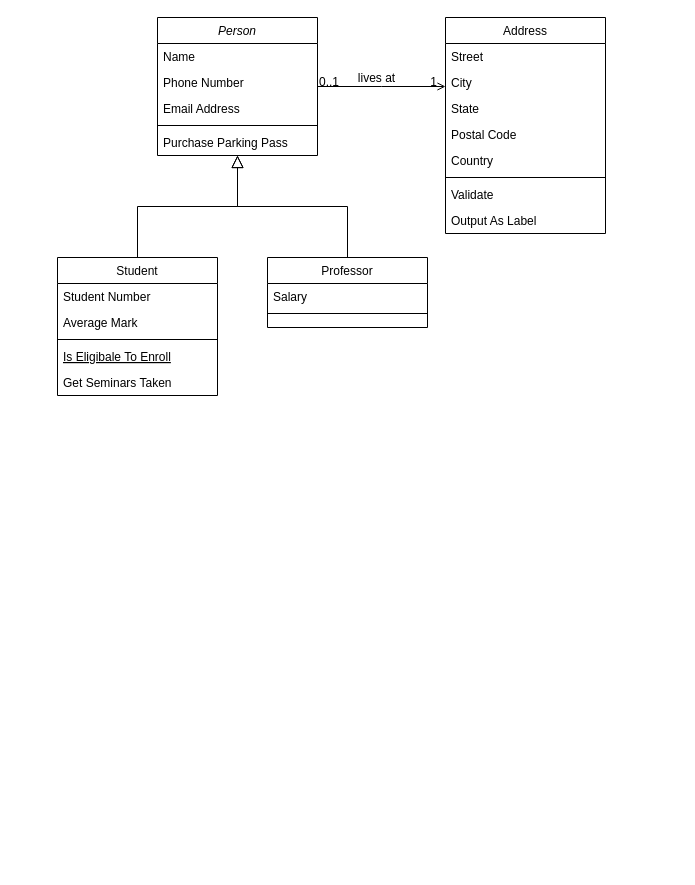
leoneed03/JB keeps this draw.io diagram as Untitled Diagram.drawio. Above is the earlier version. Source tidied: cells renumbered, new cells numbered last; positions are measured from the earlier drawing's top-left corner, leaving out a move shared by most shapes. Both pictures are drawn from the tidied source at 100%, with x=0, y=0 at pixel (57, 17).
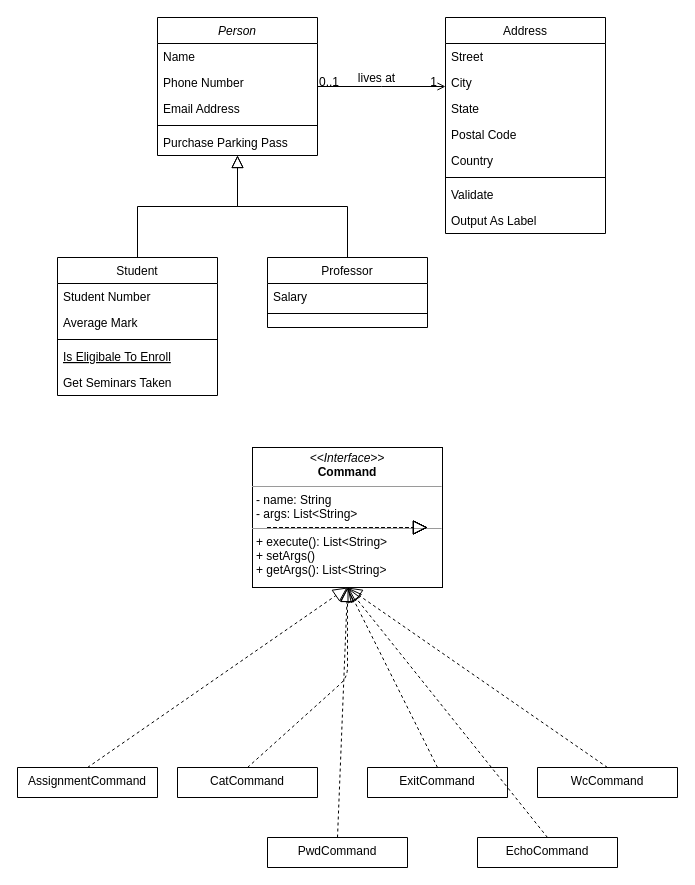
The same diagram, later.

What changed in the source:
```diff
@@
+    <mxCell id="32" value="&lt;p style=&quot;margin: 0px ; margin-top: 4px ; text-align: center&quot;&gt;&lt;i&gt;&amp;lt;&amp;lt;Interface&amp;gt;&amp;gt;&lt;/i&gt;&lt;br&gt;&lt;b&gt;Command&lt;/b&gt;&lt;/p&gt;&lt;hr size=&quot;1&quot;&gt;&lt;p style=&quot;margin: 0px ; margin-left: 4px&quot;&gt;- name: String&lt;br&gt;- args: List&amp;lt;String&amp;gt;&lt;/p&gt;&lt;hr size=&quot;1&quot;&gt;&lt;p style=&quot;margin: 0px ; margin-left: 4px&quot;&gt;+ execute(): List&amp;lt;String&amp;gt;&lt;br&gt;&lt;/p&gt;&lt;p style=&quot;margin: 0px ; margin-left: 4px&quot;&gt;+ setArgs()&lt;/p&gt;&lt;p style=&quot;margin: 0px ; margin-left: 4px&quot;&gt;+ getArgs(): List&amp;lt;String&amp;gt;&lt;/p&gt;" style="verticalAlign=top;align=left;overflow=fill;fontSize=12;fontFamily=Helvetica;html=1;" parent="1" vertex="1">
+      <mxGeometry x="195" y="430" width="190" height="140" as="geometry" />
+    </mxCell>
+    <mxCell id="33" style="endArrow=block;dashed=1;endFill=0;endSize=12;html=1;" parent="1" edge="1">
+      <mxGeometry relative="1" as="geometry">
+        <mxPoint x="210" y="510" as="sourcePoint" />
+        <mxPoint x="370" y="510" as="targetPoint" />
+      </mxGeometry>
+    </mxCell>
+    <mxCell id="34" style="endArrow=block;dashed=1;endFill=0;endSize=12;html=1;" parent="1" edge="1">
+      <mxGeometry relative="1" as="geometry">
+        <mxPoint x="210" y="510" as="sourcePoint" />
+        <mxPoint x="370" y="510" as="targetPoint" />
+      </mxGeometry>
+    </mxCell>
+    <mxCell id="35" value="CatCommand" style="swimlane;fontStyle=0;align=center;verticalAlign=top;horizontal=1;startSize=30;rounded=0;shadow=0;strokeWidth=1;" parent="1" vertex="1">
+      <mxGeometry x="120" y="750" width="140" height="30" as="geometry" />
+    </mxCell>
+    <mxCell id="36" style="endArrow=block;dashed=1;endFill=0;endSize=12;html=1;" parent="1" edge="1">
+      <mxGeometry relative="1" as="geometry">
+        <mxPoint x="210" y="510" as="sourcePoint" />
+        <mxPoint x="370" y="510" as="targetPoint" />
+      </mxGeometry>
+    </mxCell>
+    <mxCell id="37" style="endArrow=block;dashed=1;endFill=0;endSize=12;html=1;exitX=0.5;exitY=0;exitDx=0;exitDy=0;" parent="1" edge="1" source="35" target="32">
+      <mxGeometry relative="1" as="geometry">
+        <Array as="points">
+          <mxPoint x="290" y="660" />
+        </Array>
+      </mxGeometry>
+    </mxCell>
+    <mxCell id="38" value="ExitCommand" style="swimlane;fontStyle=0;align=center;verticalAlign=top;horizontal=1;startSize=30;rounded=0;shadow=0;strokeWidth=1;" parent="1" vertex="1">
+      <mxGeometry x="310" y="750" width="140" height="30" as="geometry" />
+    </mxCell>
+    <mxCell id="39" style="endArrow=block;dashed=1;endFill=0;endSize=12;html=1;" parent="1" edge="1">
+      <mxGeometry relative="1" as="geometry">
+        <mxPoint x="210" y="510" as="sourcePoint" />
+        <mxPoint x="370" y="510" as="targetPoint" />
+      </mxGeometry>
+    </mxCell>
+    <mxCell id="40" style="endArrow=block;dashed=1;endFill=0;endSize=12;html=1;exitX=0.5;exitY=0;exitDx=0;exitDy=0;" parent="1" edge="1" source="38">
+      <mxGeometry relative="1" as="geometry">
+        <mxPoint x="290" y="570" as="targetPoint" />
+      </mxGeometry>
+    </mxCell>
+    <mxCell id="41" value="WcCommand" style="swimlane;fontStyle=0;align=center;verticalAlign=top;horizontal=1;startSize=30;rounded=0;shadow=0;strokeWidth=1;" parent="1" vertex="1">
+      <mxGeometry x="480" y="750" width="140" height="30" as="geometry" />
+    </mxCell>
+    <mxCell id="42" style="endArrow=block;dashed=1;endFill=0;endSize=12;html=1;" parent="1" edge="1">
+      <mxGeometry relative="1" as="geometry">
+        <mxPoint x="210" y="510" as="sourcePoint" />
+        <mxPoint x="370" y="510" as="targetPoint" />
+      </mxGeometry>
+    </mxCell>
+    <mxCell id="43" style="endArrow=block;dashed=1;endFill=0;endSize=12;html=1;entryX=0.5;entryY=1;entryDx=0;entryDy=0;exitX=0.5;exitY=0;exitDx=0;exitDy=0;" parent="1" edge="1" source="41" target="32">
+      <mxGeometry relative="1" as="geometry" />
+    </mxCell>
+    <mxCell id="44" style="endArrow=block;dashed=1;endFill=0;endSize=12;html=1;exitX=0.5;exitY=0;exitDx=0;exitDy=0;" parent="1" edge="1" source="45">
+      <mxGeometry relative="1" as="geometry">
+        <mxPoint x="290" y="570" as="targetPoint" />
+      </mxGeometry>
+    </mxCell>
+    <mxCell id="45" value="AssignmentCommand&#10;" style="swimlane;fontStyle=0;align=center;verticalAlign=top;horizontal=1;startSize=30;rounded=0;shadow=0;strokeWidth=1;" parent="1" vertex="1">
+      <mxGeometry x="-40" y="750" width="140" height="30" as="geometry" />
+    </mxCell>
+    <mxCell id="46" style="endArrow=block;dashed=1;endFill=0;endSize=12;html=1;exitX=0.5;exitY=0;exitDx=0;exitDy=0;" parent="1" edge="1" source="47">
+      <mxGeometry relative="1" as="geometry">
+        <mxPoint x="290" y="570" as="targetPoint" />
+      </mxGeometry>
+    </mxCell>
+    <mxCell id="47" value="PwdCommand" style="swimlane;fontStyle=0;align=center;verticalAlign=top;horizontal=1;startSize=30;rounded=0;shadow=0;strokeWidth=1;" parent="1" vertex="1">
+      <mxGeometry x="210" y="820" width="140" height="30" as="geometry" />
+    </mxCell>
+    <mxCell id="48" style="endArrow=block;dashed=1;endFill=0;endSize=12;html=1;exitX=0.5;exitY=0;exitDx=0;exitDy=0;" parent="1" edge="1" source="49">
+      <mxGeometry relative="1" as="geometry">
+        <mxPoint x="290" y="570" as="targetPoint" />
+      </mxGeometry>
+    </mxCell>
+    <mxCell id="49" value="EchoCommand" style="swimlane;fontStyle=0;align=center;verticalAlign=top;horizontal=1;startSize=30;rounded=0;shadow=0;strokeWidth=1;" parent="1" vertex="1">
+      <mxGeometry x="420" y="820" width="140" height="30" as="geometry" />
+    </mxCell>
```
